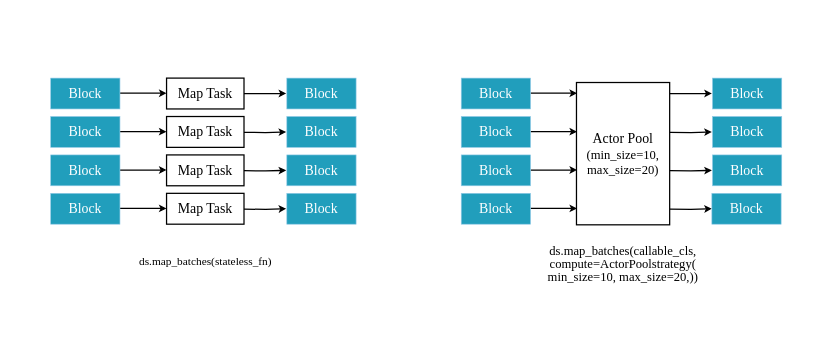
This is img/ch-ray-data/dataset-map.svg from godaai/scale-py-zh, a draw.io export, as it was before one commit. Source tidied: cells renumbered, new cells last; positions are measured from the earlier drawing's top-left corner, leaving out a move shared by most shapes.
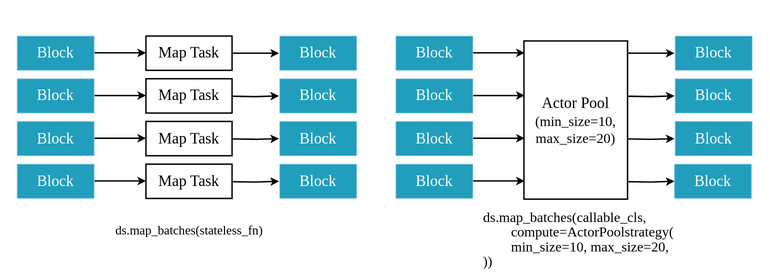
Later version of the same file.

What changed in the source:
```diff
@@ -3,7 +3,7 @@
     <mxCell id="0" />
     <mxCell id="1" parent="0" />
     <mxCell id="2" style="rounded=0;whiteSpace=wrap;html=1;strokeColor=none;fillColor=none;" parent="1" vertex="1">
-      <mxGeometry width="1333" height="480" as="geometry" />
+      <mxGeometry x="56" y="37" width="1100" height="400" as="geometry" />
     </mxCell>
     <mxCell id="3" style="endArrow=classic;html=1;rounded=0;strokeWidth=2;fontSize=22;" parent="1" edge="1">
       <mxGeometry relative="1" as="geometry">
@@ -76,8 +76,8 @@
     <mxCell id="18" value="&lt;font style=&quot;font-size: 22px;&quot; face=&quot;Times New Roman&quot; color=&quot;#ffffff&quot;&gt;Block&lt;/font&gt;" style="rounded=0;whiteSpace=wrap;html=1;fillColor=#219EBC;strokeColor=#90C9E6;fontSize=22;" parent="1" vertex="1">
       <mxGeometry x="455" y="271" width="110" height="49" as="geometry" />
     </mxCell>
-    <mxCell id="19" value="&lt;div style=&quot;&quot;&gt;&lt;font style=&quot;font-size: 18px;&quot; face=&quot;Comic Sans MS&quot;&gt;ds.map_batches(stateless_fn)&lt;/font&gt;&lt;br&gt;&lt;/div&gt;" style="text;html=1;strokeColor=none;fillColor=none;align=center;verticalAlign=middle;whiteSpace=wrap;rounded=0;" parent="1" vertex="1">
-      <mxGeometry x="105.5" y="348" width="440" height="62" as="geometry" />
+    <mxCell id="19" value="&lt;div style=&quot;&quot;&gt;&lt;font face=&quot;Garamond&quot; style=&quot;font-size: 18px;&quot;&gt;ds.map_batches(stateless_fn)&lt;/font&gt;&lt;br&gt;&lt;/div&gt;" style="text;html=1;strokeColor=none;fillColor=none;align=center;verticalAlign=middle;whiteSpace=wrap;rounded=0;" parent="1" vertex="1">
+      <mxGeometry x="105.5" y="335" width="440" height="62" as="geometry" />
     </mxCell>
     <mxCell id="20" value="&lt;font style=&quot;font-size: 22px;&quot; face=&quot;Times New Roman&quot; color=&quot;#ffffff&quot;&gt;Block&lt;/font&gt;" style="rounded=0;whiteSpace=wrap;html=1;fillColor=#219EBC;strokeColor=#90C9E6;fontSize=22;" parent="1" vertex="1">
       <mxGeometry x="80" y="88" width="110" height="49" as="geometry" />
@@ -93,81 +93,81 @@
     </mxCell>
     <mxCell id="24" style="endArrow=classic;html=1;rounded=0;strokeWidth=2;fontSize=22;" parent="1" edge="1">
       <mxGeometry relative="1" as="geometry">
-        <mxPoint x="842" y="112" as="sourcePoint" />
-        <mxPoint x="916" y="112" as="targetPoint" />
+        <mxPoint x="731" y="112" as="sourcePoint" />
+        <mxPoint x="805" y="112" as="targetPoint" />
       </mxGeometry>
     </mxCell>
     <mxCell id="25" style="endArrow=classic;html=1;rounded=0;strokeWidth=2;fontSize=22;" parent="1" edge="1">
       <mxGeometry relative="1" as="geometry">
-        <mxPoint x="842" y="173" as="sourcePoint" />
-        <mxPoint x="916" y="173" as="targetPoint" />
+        <mxPoint x="731" y="173" as="sourcePoint" />
+        <mxPoint x="805" y="173" as="targetPoint" />
       </mxGeometry>
     </mxCell>
     <mxCell id="26" style="endArrow=classic;html=1;rounded=0;strokeWidth=2;fontSize=22;" parent="1" edge="1">
       <mxGeometry relative="1" as="geometry">
-        <mxPoint x="842" y="234" as="sourcePoint" />
-        <mxPoint x="916" y="234" as="targetPoint" />
+        <mxPoint x="731" y="234" as="sourcePoint" />
+        <mxPoint x="805" y="234" as="targetPoint" />
       </mxGeometry>
     </mxCell>
     <mxCell id="27" style="endArrow=classic;html=1;rounded=0;strokeWidth=2;fontSize=22;" parent="1" edge="1">
       <mxGeometry relative="1" as="geometry">
-        <mxPoint x="842" y="295" as="sourcePoint" />
-        <mxPoint x="916" y="295" as="targetPoint" />
+        <mxPoint x="731" y="295" as="sourcePoint" />
+        <mxPoint x="805" y="295" as="targetPoint" />
       </mxGeometry>
     </mxCell>
     <mxCell id="28" style="edgeStyle=orthogonalEdgeStyle;rounded=0;orthogonalLoop=1;jettySize=auto;html=1;strokeWidth=2;fontSize=22;" parent="1" edge="1">
       <mxGeometry relative="1" as="geometry">
-        <mxPoint x="1063" y="112.5" as="sourcePoint" />
-        <mxPoint x="1130" y="112.5" as="targetPoint" />
+        <mxPoint x="952" y="112.5" as="sourcePoint" />
+        <mxPoint x="1019" y="112.5" as="targetPoint" />
       </mxGeometry>
     </mxCell>
     <mxCell id="29" value="&lt;font style=&quot;font-size: 22px;&quot; face=&quot;Times New Roman&quot; color=&quot;#ffffff&quot;&gt;Block&lt;/font&gt;" style="rounded=0;whiteSpace=wrap;html=1;fillColor=#219EBC;strokeColor=#90C9E6;fontSize=22;" parent="1" vertex="1">
-      <mxGeometry x="1131" y="88" width="110" height="49" as="geometry" />
+      <mxGeometry x="1020" y="88" width="110" height="49" as="geometry" />
     </mxCell>
     <mxCell id="30" style="edgeStyle=orthogonalEdgeStyle;rounded=0;orthogonalLoop=1;jettySize=auto;html=1;strokeWidth=2;fontSize=22;" parent="1" edge="1">
       <mxGeometry relative="1" as="geometry">
-        <mxPoint x="1063" y="174" as="sourcePoint" />
-        <mxPoint x="1130" y="173.5" as="targetPoint" />
+        <mxPoint x="952" y="174" as="sourcePoint" />
+        <mxPoint x="1019" y="173.5" as="targetPoint" />
       </mxGeometry>
     </mxCell>
     <mxCell id="31" value="&lt;font style=&quot;font-size: 22px;&quot; face=&quot;Times New Roman&quot; color=&quot;#ffffff&quot;&gt;Block&lt;/font&gt;" style="rounded=0;whiteSpace=wrap;html=1;fillColor=#219EBC;strokeColor=#90C9E6;fontSize=22;" parent="1" vertex="1">
-      <mxGeometry x="1131" y="149" width="110" height="49" as="geometry" />
+      <mxGeometry x="1020" y="149" width="110" height="49" as="geometry" />
     </mxCell>
     <mxCell id="32" style="edgeStyle=orthogonalEdgeStyle;rounded=0;orthogonalLoop=1;jettySize=auto;html=1;strokeWidth=2;fontSize=22;" parent="1" edge="1">
       <mxGeometry relative="1" as="geometry">
-        <mxPoint x="1063" y="235" as="sourcePoint" />
-        <mxPoint x="1130" y="234.5" as="targetPoint" />
+        <mxPoint x="952" y="235" as="sourcePoint" />
+        <mxPoint x="1019" y="234.5" as="targetPoint" />
       </mxGeometry>
     </mxCell>
     <mxCell id="33" value="&lt;font style=&quot;font-size: 22px;&quot; face=&quot;Times New Roman&quot; color=&quot;#ffffff&quot;&gt;Block&lt;/font&gt;" style="rounded=0;whiteSpace=wrap;html=1;fillColor=#219EBC;strokeColor=#90C9E6;fontSize=22;" parent="1" vertex="1">
-      <mxGeometry x="1131" y="210" width="110" height="49" as="geometry" />
+      <mxGeometry x="1020" y="210" width="110" height="49" as="geometry" />
     </mxCell>
     <mxCell id="34" style="edgeStyle=orthogonalEdgeStyle;rounded=0;orthogonalLoop=1;jettySize=auto;html=1;strokeWidth=2;fontSize=22;" parent="1" edge="1">
       <mxGeometry relative="1" as="geometry">
-        <mxPoint x="1063" y="296" as="sourcePoint" />
-        <mxPoint x="1130" y="295.5" as="targetPoint" />
+        <mxPoint x="952" y="296" as="sourcePoint" />
+        <mxPoint x="1019" y="295.5" as="targetPoint" />
       </mxGeometry>
     </mxCell>
     <mxCell id="35" value="&lt;font style=&quot;font-size: 22px;&quot; face=&quot;Times New Roman&quot; color=&quot;#ffffff&quot;&gt;Block&lt;/font&gt;" style="rounded=0;whiteSpace=wrap;html=1;fillColor=#219EBC;strokeColor=#90C9E6;fontSize=22;" parent="1" vertex="1">
-      <mxGeometry x="1130" y="271" width="110" height="49" as="geometry" />
+      <mxGeometry x="1019" y="271" width="110" height="49" as="geometry" />
     </mxCell>
     <mxCell id="36" value="&lt;font style=&quot;font-size: 22px;&quot; face=&quot;Times New Roman&quot; color=&quot;#ffffff&quot;&gt;Block&lt;/font&gt;" style="rounded=0;whiteSpace=wrap;html=1;fillColor=#219EBC;strokeColor=#90C9E6;fontSize=22;" parent="1" vertex="1">
-      <mxGeometry x="732" y="88" width="110" height="49" as="geometry" />
+      <mxGeometry x="621" y="88" width="110" height="49" as="geometry" />
     </mxCell>
     <mxCell id="37" value="&lt;font style=&quot;font-size: 22px;&quot; face=&quot;Times New Roman&quot; color=&quot;#ffffff&quot;&gt;Block&lt;/font&gt;" style="rounded=0;whiteSpace=wrap;html=1;fillColor=#219EBC;strokeColor=#90C9E6;fontSize=22;" parent="1" vertex="1">
-      <mxGeometry x="732" y="149" width="110" height="49" as="geometry" />
+      <mxGeometry x="621" y="149" width="110" height="49" as="geometry" />
     </mxCell>
     <mxCell id="38" value="&lt;font style=&quot;font-size: 22px;&quot; face=&quot;Times New Roman&quot; color=&quot;#ffffff&quot;&gt;Block&lt;/font&gt;" style="rounded=0;whiteSpace=wrap;html=1;fillColor=#219EBC;strokeColor=#90C9E6;fontSize=22;" parent="1" vertex="1">
-      <mxGeometry x="732" y="210" width="110" height="49" as="geometry" />
+      <mxGeometry x="621" y="210" width="110" height="49" as="geometry" />
     </mxCell>
     <mxCell id="39" value="&lt;font style=&quot;font-size: 22px;&quot; face=&quot;Times New Roman&quot; color=&quot;#ffffff&quot;&gt;Block&lt;/font&gt;" style="rounded=0;whiteSpace=wrap;html=1;fillColor=#219EBC;strokeColor=#90C9E6;fontSize=22;" parent="1" vertex="1">
-      <mxGeometry x="732" y="271" width="110" height="49" as="geometry" />
+      <mxGeometry x="621" y="271" width="110" height="49" as="geometry" />
     </mxCell>
     <mxCell id="40" value="&lt;font style=&quot;&quot; face=&quot;Times New Roman&quot;&gt;&lt;font style=&quot;font-size: 22px;&quot;&gt;Actor Pool&lt;/font&gt;&lt;br&gt;&lt;span style=&quot;font-size: 20px;&quot;&gt;(min_size=10,&lt;/span&gt;&lt;br&gt;&lt;span style=&quot;font-size: 20px;&quot;&gt;max_size=20)&lt;/span&gt;&lt;/font&gt;" style="rounded=0;whiteSpace=wrap;html=1;strokeWidth=2;" parent="1" vertex="1">
-      <mxGeometry x="915" y="95" width="148" height="226" as="geometry" />
+      <mxGeometry x="804" y="95" width="148" height="226" as="geometry" />
     </mxCell>
-    <mxCell id="41" value="&lt;div style=&quot;line-height: 150%;&quot;&gt;&lt;font style=&quot;font-size: 20px;&quot; face=&quot;Comic Sans MS&quot;&gt;ds.map_batches(callable_cls,&lt;/font&gt;&lt;/div&gt;&lt;div style=&quot;line-height: 150%;&quot;&gt;&lt;font style=&quot;font-size: 20px;&quot; face=&quot;Comic Sans MS&quot;&gt;compute=ActorPoolstrategy(&lt;/font&gt;&lt;/div&gt;&lt;div style=&quot;line-height: 150%;&quot;&gt;&lt;font style=&quot;font-size: 20px;&quot; face=&quot;Comic Sans MS&quot;&gt;min_size=10,&amp;nbsp;&lt;/font&gt;&lt;span style=&quot;font-size: 20px; font-family: &amp;quot;Comic Sans MS&amp;quot;; background-color: initial;&quot;&gt;max_size=20,))&lt;/span&gt;&lt;/div&gt;" style="text;html=1;strokeColor=none;fillColor=none;align=center;verticalAlign=middle;whiteSpace=wrap;rounded=0;" parent="1" vertex="1">
-      <mxGeometry x="738" y="353" width="502" height="62" as="geometry" />
+    <mxCell id="41" value="&lt;div style=&quot;line-height: 150%;&quot;&gt;&lt;font face=&quot;Garamond&quot; style=&quot;font-size: 20px;&quot;&gt;ds.map_batches(callable_cls,&lt;/font&gt;&lt;/div&gt;&lt;div style=&quot;line-height: 150%;&quot;&gt;&lt;font face=&quot;CBtHSHWBiKrxu24KOkFM&quot; style=&quot;font-size: 20px;&quot;&gt;&lt;span style=&quot;white-space: pre;&quot;&gt;&#9;&lt;/span&gt;compute=ActorPoolstrategy(&lt;/font&gt;&lt;/div&gt;&lt;div style=&quot;line-height: 150%;&quot;&gt;&lt;font face=&quot;CBtHSHWBiKrxu24KOkFM&quot;&gt;&lt;font style=&quot;font-size: 20px;&quot;&gt;&lt;span style=&quot;white-space: pre;&quot;&gt;&#9;&lt;/span&gt;min_size=10,&amp;nbsp;&lt;/font&gt;&lt;span style=&quot;font-size: 20px; background-color: initial;&quot;&gt;max_size=20,&lt;/span&gt;&lt;/font&gt;&lt;/div&gt;&lt;div style=&quot;line-height: 150%;&quot;&gt;&lt;font face=&quot;CBtHSHWBiKrxu24KOkFM&quot;&gt;&lt;span style=&quot;font-size: 20px; background-color: initial;&quot;&gt;))&lt;/span&gt;&lt;/font&gt;&lt;/div&gt;" style="text;html=1;strokeColor=none;fillColor=none;align=left;verticalAlign=middle;whiteSpace=wrap;rounded=0;" parent="1" vertex="1">
+      <mxGeometry x="744" y="339" width="325" height="80" as="geometry" />
     </mxCell>
   </root>
 </mxGraphModel>
```
